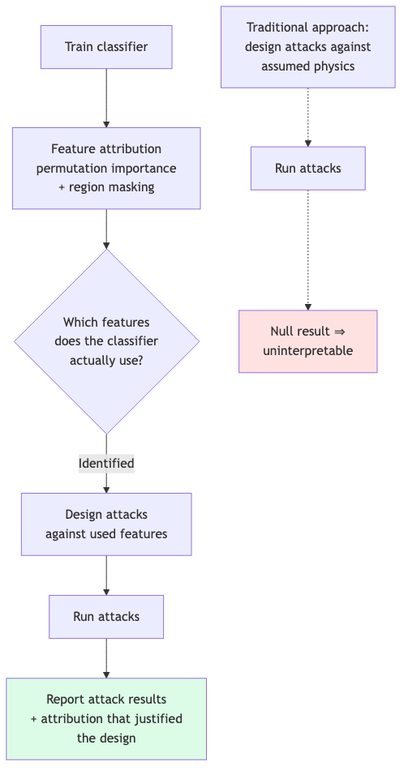
Earlier version of the Mermaid export paper/figures_preprint/fig6_workflow.png (Divyonic/counter-uav-adversarial-radar). Its source is kept beside it as paper/figures_preprint/fig6_workflow.mmd. Source of this version:
```mermaid
flowchart TD
    A["Train classifier"] --> B["Feature attribution<br/>permutation importance<br/>+ region masking"]
    B --> C{"Which features<br/>does the classifier<br/>actually use?"}
    C -->|Identified| D["Design attacks<br/>against used features"]
    D --> E["Run attacks"]
    E --> F["Report attack results<br/>+ attribution that justified<br/>the design"]
    G["Traditional approach:<br/>design attacks against<br/>assumed physics"] -.-> H["Run attacks"]
    H -.-> I["Null result ⇒<br/>uninterpretable"]
    style I fill:#fee2e2
    style F fill:#dcfce7
```
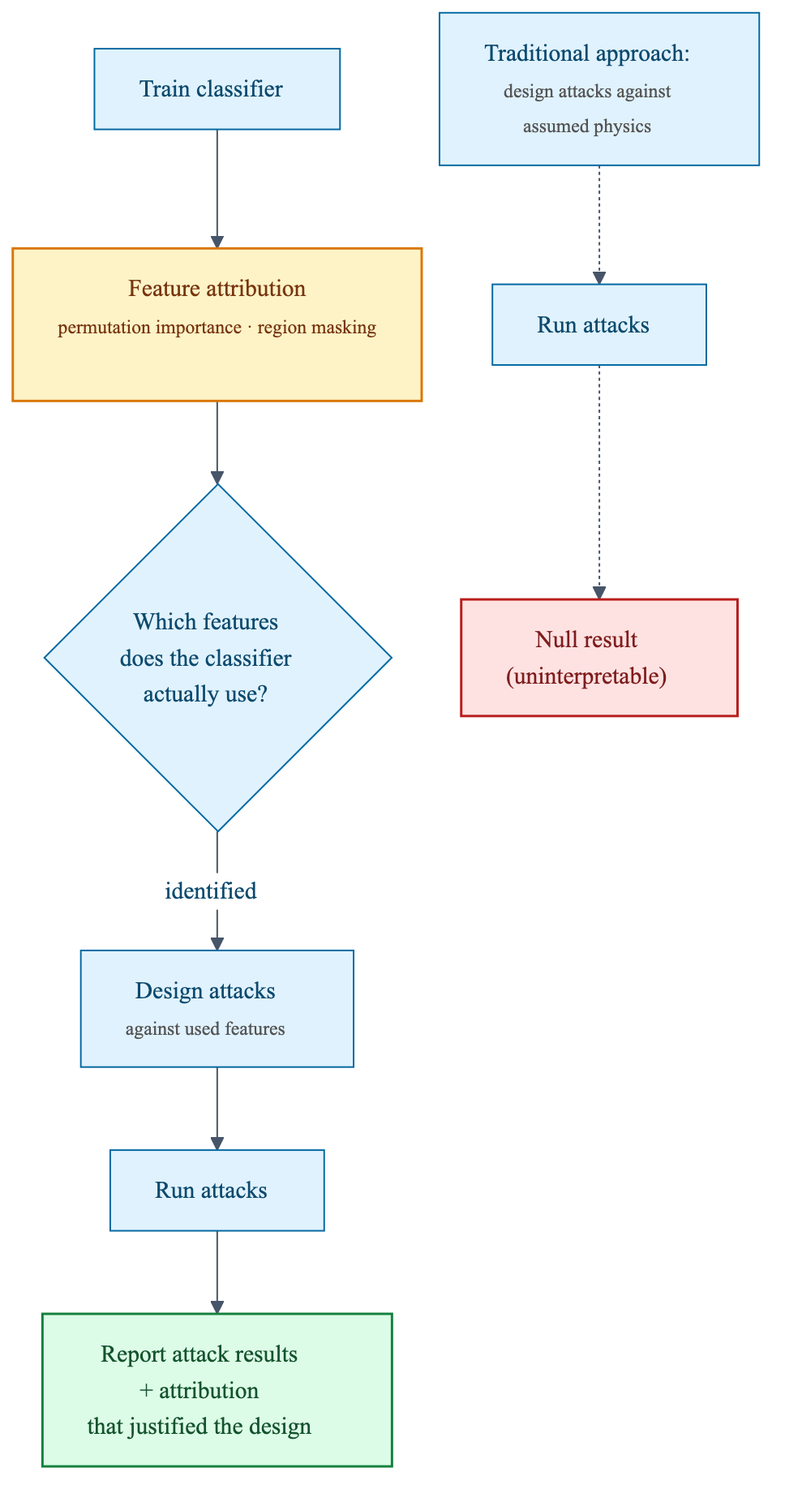
The same file after the commit.

Change to the diagram source:
```diff
@@ -1,10 +1,35 @@
+%%{init: {
+  "theme": "base",
+  "themeVariables": {
+    "fontFamily": "system-ui, -apple-system, Segoe UI, sans-serif",
+    "fontSize": "15px",
+    "primaryColor": "#e0f2fe",
+    "primaryBorderColor": "#0369a1",
+    "primaryTextColor": "#0c4a6e",
+    "lineColor": "#475569",
+    "edgeLabelBackground": "#ffffff"
+  },
+  "flowchart": {"curve": "basis", "nodeSpacing": 44, "rankSpacing": 52, "padding": 14}
+}}%%
 flowchart TD
-    A["Train classifier"] --> B["Feature attribution<br/>permutation importance<br/>+ region masking"]
-    B --> C{"Which features<br/>does the classifier<br/>actually use?"}
-    C -->|Identified| D["Design attacks<br/>against used features"]
-    D --> E["Run attacks"]
-    E --> F["Report attack results<br/>+ attribution that justified<br/>the design"]
-    G["Traditional approach:<br/>design attacks against<br/>assumed physics"] -.-> H["Run attacks"]
-    H -.-> I["Null result ⇒<br/>uninterpretable"]
-    style I fill:#fee2e2
-    style F fill:#dcfce7
+    A["Train classifier"]
+    B["Feature attribution<br/><span style='font-size:12px;color:#555'>permutation importance · region masking</span>"]
+    C{"Which features<br/>does the classifier<br/>actually use?"}
+    D["Design attacks<br/><span style='font-size:12px;color:#555'>against used features</span>"]
+    E["Run attacks"]
+    F["Report attack results<br/>+ attribution<br/>that justified the design"]
+
+    G["Traditional approach:<br/><span style='font-size:12px;color:#555'>design attacks against<br/>assumed physics</span>"]
+    H["Run attacks"]
+    I["Null result<br/>(uninterpretable)"]
+
+    A --> B --> C
+    C -->|identified| D --> E --> F
+    G -.-> H -.-> I
+
+    classDef good fill:#dcfce7,stroke:#15803d,stroke-width:1.5px,color:#14532d
+    classDef bad fill:#fee2e2,stroke:#b91c1c,stroke-width:1.5px,color:#7f1d1d
+    classDef highlight fill:#fef3c7,stroke:#d97706,stroke-width:1.5px,color:#78350f
+    class F good
+    class I bad
+    class B highlight
```
